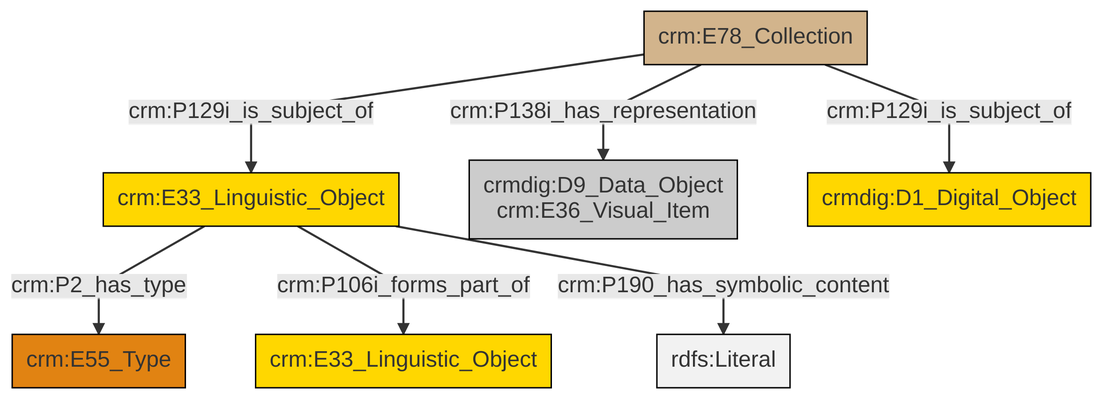
This is et/archivalCSV/ttl/mmd/png/archival_docs.png from swiss-art-research-net/docs.swissartresearch, a Mermaid export, as it was before one commit. Its source is kept beside it as et/archivalCSV/ttl/mmd/archival_docs.ttl.mmd.
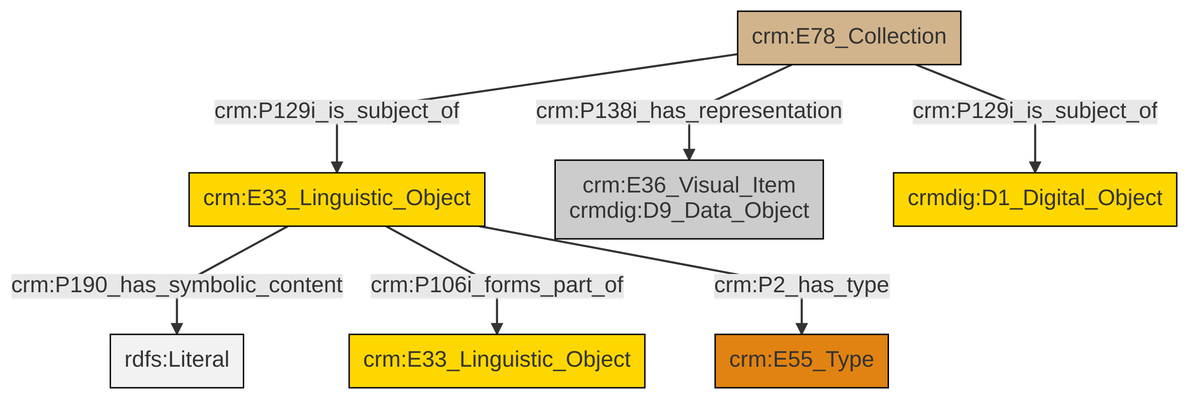
The same diagram one commit later.

The edit, as a diff of the source:
```diff
@@ -13,9 +13,9 @@
 classDef PC_Classes fill:#4ce600, stroke:#000000;
 classDef Multi fill:#cccccc,stroke:#000000;
 
-0["crm:E33_Linguistic_Object"]:::Conceptual_Object -->|crm:P2_has_type| 1["crm:E55_Type"]:::Type
-0["crm:E33_Linguistic_Object"]:::Conceptual_Object -->|crm:P106i_forms_part_of| 2["crm:E33_Linguistic_Object"]:::Conceptual_Object
-3["crm:E78_Collection"]:::Physical_Thing -->|crm:P138i_has_representation| 4["crmdig:D9_Data_Object<br>crm:E36_Visual_Item"]:::Multi
-0["crm:E33_Linguistic_Object"]:::Conceptual_Object -->|crm:P190_has_symbolic_content| 5[rdfs:Literal]:::Literal
-3["crm:E78_Collection"]:::Physical_Thing -->|crm:P129i_is_subject_of| 0["crm:E33_Linguistic_Object"]:::Conceptual_Object
-3["crm:E78_Collection"]:::Physical_Thing -->|crm:P129i_is_subject_of| 10["crmdig:D1_Digital_Object"]:::Conceptual_Object
+0["crm:E78_Collection"]:::Physical_Thing -->|crm:P129i_is_subject_of| 1["crm:E33_Linguistic_Object"]:::Conceptual_Object
+1["crm:E33_Linguistic_Object"]:::Conceptual_Object -->|crm:P190_has_symbolic_content| 2[rdfs:Literal]:::Literal
+1["crm:E33_Linguistic_Object"]:::Conceptual_Object -->|crm:P106i_forms_part_of| 7["crm:E33_Linguistic_Object"]:::Conceptual_Object
+1["crm:E33_Linguistic_Object"]:::Conceptual_Object -->|crm:P2_has_type| 9["crm:E55_Type"]:::Type
+0["crm:E78_Collection"]:::Physical_Thing -->|crm:P129i_is_subject_of| 10["crmdig:D1_Digital_Object"]:::Conceptual_Object
+0["crm:E78_Collection"]:::Physical_Thing -->|crm:P138i_has_representation| 4["crm:E36_Visual_Item<br>crmdig:D9_Data_Object"]:::Multi
```
